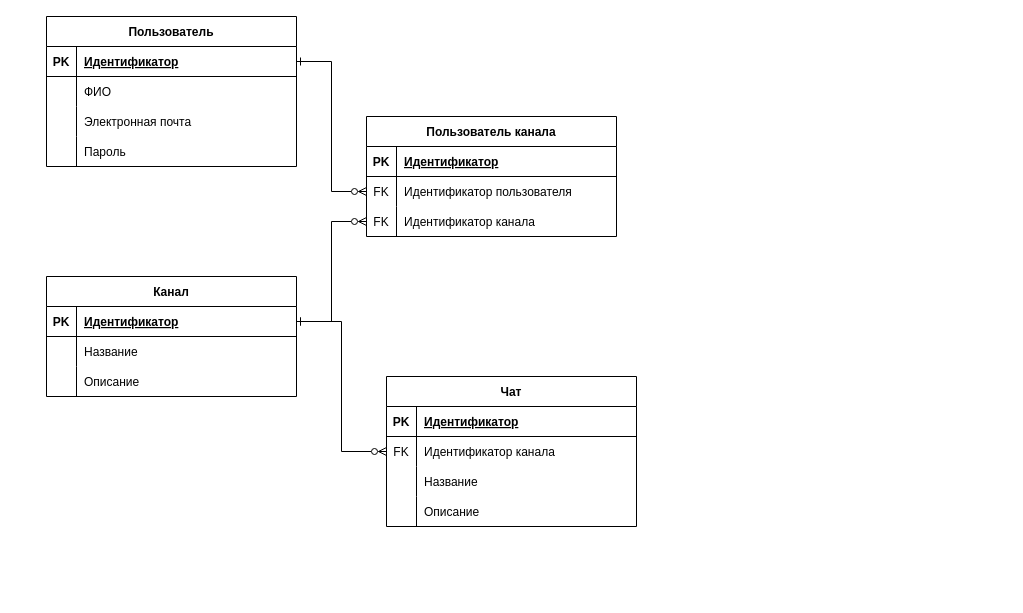
SuperflyingNose/KIS_labs keeps this draw.io diagram as lab2/логическая схема.drawio. Above is the earlier version. Source tidied: cells renumbered, new cells numbered last; positions are measured from the earlier drawing's top-left corner, leaving out a move shared by most shapes. Both pictures are drawn from the tidied source at 100%, with x=0, y=0 at pixel (46, 16).
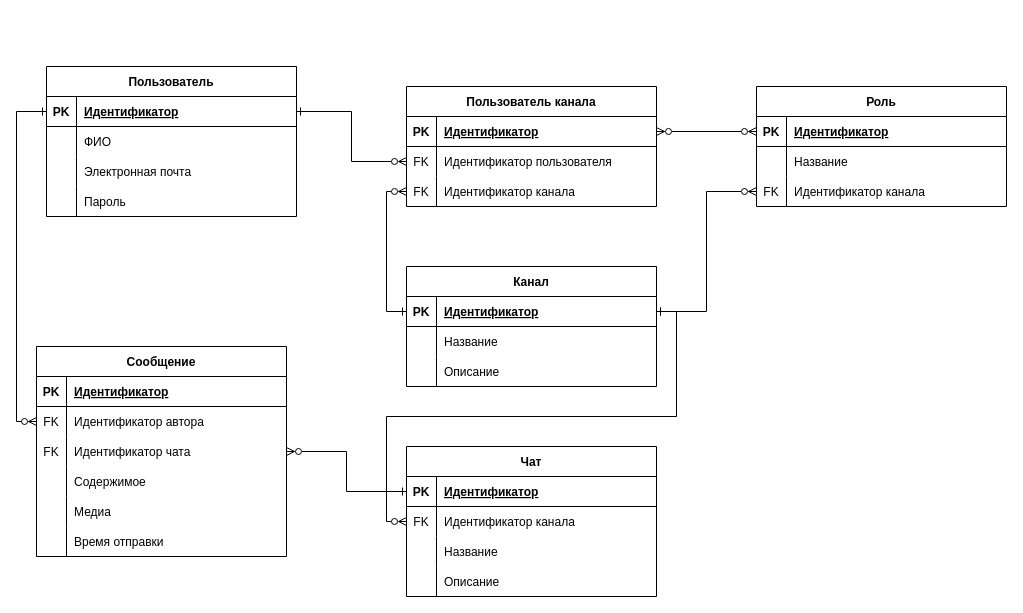
The same diagram, later.

Unchanged cells that the change refers to:
```xml
<mxCell id="3" style="shape=partialRectangle;fillColor=none;points=[[0,0.5],[1,0.5]];portConstraint=eastwest;top=0;left=0;right=0;bottom=1;" parent="2" vertex="1">
  <mxGeometry y="30" width="250" height="30" as="geometry" />
</mxCell>
<mxCell id="16" style="shape=partialRectangle;fillColor=none;points=[[0,0.5],[1,0.5]];portConstraint=eastwest;top=0;left=0;right=0;bottom=1;" parent="15" vertex="1">
  <mxGeometry y="30" width="250" height="30" as="geometry" />
</mxCell>
<mxCell id="26" style="shape=partialRectangle;fillColor=none;points=[[0,0.5],[1,0.5]];portConstraint=eastwest;top=0;left=0;right=0;bottom=1;" parent="25" vertex="1">
  <mxGeometry y="30" width="250" height="30" as="geometry" />
</mxCell>
<mxCell id="32" style="shape=partialRectangle;fillColor=none;points=[[0,0.5],[1,0.5]];portConstraint=eastwest;top=0;left=0;right=0;bottom=0;" parent="25" vertex="1">
  <mxGeometry y="90" width="250" height="30" as="geometry" />
</mxCell>
<mxCell id="38" style="shape=partialRectangle;fillColor=none;points=[[0,0.5],[1,0.5]];portConstraint=eastwest;top=0;left=0;right=0;bottom=1;" parent="37" vertex="1">
  <mxGeometry y="30" width="250" height="30" as="geometry" />
</mxCell>
```

Change to the diagram source:
```diff
@@
     <mxCell id="2" value="Пользователь" style="shape=table;startSize=30;childLayout=tableLayout;rowLines=0;fontStyle=1;align=center;" parent="1" vertex="1">
-      <mxGeometry width="250" height="150" as="geometry" />
+      <mxGeometry y="50" width="250" height="150" as="geometry" />
     </mxCell>
@@
     <mxCell id="15" value="Канал" style="shape=table;startSize=30;childLayout=tableLayout;rowLines=0;fontStyle=1;align=center;" parent="1" vertex="1">
-      <mxGeometry y="260" width="250" height="120" as="geometry" />
+      <mxGeometry x="360" y="250" width="250" height="120" as="geometry" />
     </mxCell>
@@
     <mxCell id="25" value="Пользователь канала" style="shape=table;startSize=30;childLayout=tableLayout;rowLines=0;fontStyle=1;align=center;" parent="1" vertex="1">
-      <mxGeometry x="320" y="100" width="250" height="120" as="geometry" />
+      <mxGeometry x="360" y="70" width="250" height="120" as="geometry" />
     </mxCell>
@@
-    <mxCell id="36" style="edgeStyle=orthogonalEdgeStyle;rounded=0;jettySize=auto;html=1;exitX=1;exitY=0.5;exitDx=0;exitDy=0;entryX=0;entryY=0.5;entryDx=0;entryDy=0;startArrow=ERone;startFill=0;endArrow=ERzeroToMany;endFill=0;" parent="1" edge="1" source="16" target="32">
+    <mxCell id="36" style="edgeStyle=orthogonalEdgeStyle;rounded=0;jettySize=auto;html=1;exitX=0;exitY=0.5;exitDx=0;exitDy=0;entryX=0;entryY=0.5;entryDx=0;entryDy=0;startArrow=ERone;startFill=0;endArrow=ERzeroToMany;endFill=0;" parent="1" edge="1" source="16" target="32">
       <mxGeometry relative="1" as="geometry" />
     </mxCell>
     <mxCell id="37" value="Чат" style="shape=table;startSize=30;childLayout=tableLayout;rowLines=0;fontStyle=1;align=center;" parent="1" vertex="1">
-      <mxGeometry x="340" y="360" width="250" height="150" as="geometry" />
+      <mxGeometry x="360" y="430" width="250" height="150" as="geometry" />
     </mxCell>
@@
+    <mxCell id="51" value="Сообщение" style="shape=table;startSize=30;childLayout=tableLayout;rowLines=0;fontStyle=1;align=center;" parent="1" vertex="1">
+      <mxGeometry x="-10" y="330" width="250" height="210" as="geometry" />
+    </mxCell>
+    <mxCell id="52" style="shape=partialRectangle;fillColor=none;top=0;left=0;right=0;bottom=1;" parent="51" vertex="1">
+      <mxGeometry y="30" width="250" height="30" as="geometry" />
+    </mxCell>
+    <mxCell id="53" value="PK" style="shape=partialRectangle;overflow=hidden;fillColor=none;top=0;left=0;bottom=0;right=0;fontStyle=1;" parent="52" vertex="1">
+      <mxGeometry width="30" height="30" as="geometry" />
+    </mxCell>
+    <mxCell id="54" value="Идентификатор" style="shape=partialRectangle;overflow=hidden;fillColor=none;top=0;left=0;bottom=0;right=0;align=left;spacingLeft=6;fontStyle=5;" parent="52" vertex="1">
+      <mxGeometry x="30" width="220" height="30" as="geometry" />
+    </mxCell>
+    <mxCell id="55" style="shape=partialRectangle;fillColor=none;points=[[0,0.5],[1,0.5]];portConstraint=eastwest;top=0;left=0;right=0;bottom=0;" parent="51" vertex="1">
+      <mxGeometry y="60" width="250" height="30" as="geometry" />
+    </mxCell>
+    <mxCell id="56" value="FK" style="shape=partialRectangle;overflow=hidden;fillColor=none;top=0;left=0;bottom=0;right=0;" parent="55" vertex="1">
+      <mxGeometry width="30" height="30" as="geometry" />
+    </mxCell>
+    <mxCell id="57" value="Идентификатор автора" style="shape=partialRectangle;overflow=hidden;fillColor=none;top=0;left=0;bottom=0;right=0;align=left;spacingLeft=6;" parent="55" vertex="1">
+      <mxGeometry x="30" width="220" height="30" as="geometry" />
+    </mxCell>
+    <mxCell id="58" style="shape=partialRectangle;fillColor=none;points=[[0,0.5],[1,0.5]];portConstraint=eastwest;top=0;left=0;right=0;bottom=0;" parent="51" vertex="1">
+      <mxGeometry y="90" width="250" height="30" as="geometry" />
+    </mxCell>
+    <mxCell id="59" value="FK" style="shape=partialRectangle;overflow=hidden;fillColor=none;top=0;left=0;bottom=0;right=0;" parent="58" vertex="1">
+      <mxGeometry width="30" height="30" as="geometry" />
+    </mxCell>
+    <mxCell id="60" value="Идентификатор чата" style="shape=partialRectangle;overflow=hidden;fillColor=none;top=0;left=0;bottom=0;right=0;align=left;spacingLeft=6;" parent="58" vertex="1">
+      <mxGeometry x="30" width="220" height="30" as="geometry" />
+    </mxCell>
+    <mxCell id="61" style="shape=partialRectangle;fillColor=none;top=0;left=0;right=0;bottom=0;" parent="51" vertex="1">
+      <mxGeometry y="120" width="250" height="30" as="geometry" />
+    </mxCell>
+    <mxCell id="62" style="shape=partialRectangle;overflow=hidden;fillColor=none;top=0;left=0;bottom=0;right=0;" parent="61" vertex="1">
+      <mxGeometry width="30" height="30" as="geometry" />
+    </mxCell>
+    <mxCell id="63" value="Содержимое" style="shape=partialRectangle;overflow=hidden;fillColor=none;top=0;left=0;bottom=0;right=0;align=left;spacingLeft=6;" parent="61" vertex="1">
+      <mxGeometry x="30" width="220" height="30" as="geometry" />
+    </mxCell>
+    <mxCell id="64" style="shape=partialRectangle;fillColor=none;top=0;left=0;right=0;bottom=0;" parent="51" vertex="1">
+      <mxGeometry y="150" width="250" height="30" as="geometry" />
+    </mxCell>
+    <mxCell id="65" style="shape=partialRectangle;overflow=hidden;fillColor=none;top=0;left=0;bottom=0;right=0;" parent="64" vertex="1">
+      <mxGeometry width="30" height="30" as="geometry" />
+    </mxCell>
+    <mxCell id="66" value="Медиа" style="shape=partialRectangle;overflow=hidden;fillColor=none;top=0;left=0;bottom=0;right=0;align=left;spacingLeft=6;" parent="64" vertex="1">
+      <mxGeometry x="30" width="220" height="30" as="geometry" />
+    </mxCell>
+    <mxCell id="67" style="shape=partialRectangle;fillColor=none;top=0;left=0;right=0;bottom=0;" parent="51" vertex="1">
+      <mxGeometry y="180" width="250" height="30" as="geometry" />
+    </mxCell>
+    <mxCell id="68" style="shape=partialRectangle;overflow=hidden;fillColor=none;top=0;left=0;bottom=0;right=0;" parent="67" vertex="1">
+      <mxGeometry width="30" height="30" as="geometry" />
+    </mxCell>
+    <mxCell id="69" value="Время отправки" style="shape=partialRectangle;overflow=hidden;fillColor=none;top=0;left=0;bottom=0;right=0;align=left;spacingLeft=6;" parent="67" vertex="1">
+      <mxGeometry x="30" width="220" height="30" as="geometry" />
+    </mxCell>
+    <mxCell id="70" style="edgeStyle=orthogonalEdgeStyle;rounded=0;jettySize=auto;html=1;exitX=0;exitY=0.5;exitDx=0;exitDy=0;entryX=1;entryY=0.5;entryDx=0;entryDy=0;startArrow=ERone;startFill=0;endArrow=ERzeroToMany;endFill=0;" parent="1" edge="1" source="38" target="58">
+      <mxGeometry relative="1" as="geometry" />
+    </mxCell>
+    <mxCell id="71" style="edgeStyle=orthogonalEdgeStyle;rounded=0;jettySize=auto;html=1;exitX=0;exitY=0.5;exitDx=0;exitDy=0;entryX=0;entryY=0.5;entryDx=0;entryDy=0;startArrow=ERone;startFill=0;endArrow=ERzeroToMany;endFill=0;" parent="1" edge="1" source="3" target="55">
+      <mxGeometry relative="1" as="geometry" />
+    </mxCell>
+    <mxCell id="72" value="Роль" style="shape=table;startSize=30;childLayout=tableLayout;rowLines=0;fontStyle=1;align=center;" parent="1" vertex="1">
+      <mxGeometry x="710" y="70" width="250" height="120" as="geometry" />
+    </mxCell>
+    <mxCell id="73" style="shape=partialRectangle;fillColor=none;points=[[0,0.5],[1,0.5]];portConstraint=eastwest;top=0;left=0;right=0;bottom=1;" parent="72" vertex="1">
+      <mxGeometry y="30" width="250" height="30" as="geometry" />
+    </mxCell>
+    <mxCell id="74" value="PK" style="shape=partialRectangle;overflow=hidden;fillColor=none;top=0;left=0;bottom=0;right=0;fontStyle=1;" parent="73" vertex="1">
+      <mxGeometry width="30" height="30" as="geometry" />
+    </mxCell>
+    <mxCell id="75" value="Идентификатор" style="shape=partialRectangle;overflow=hidden;fillColor=none;top=0;left=0;bottom=0;right=0;align=left;spacingLeft=6;fontStyle=5;" parent="73" vertex="1">
+      <mxGeometry x="30" width="220" height="30" as="geometry" />
+    </mxCell>
+    <mxCell id="76" style="shape=partialRectangle;fillColor=none;top=0;left=0;right=0;bottom=0;" parent="72" vertex="1">
+      <mxGeometry y="60" width="250" height="30" as="geometry" />
+    </mxCell>
+    <mxCell id="77" style="shape=partialRectangle;overflow=hidden;fillColor=none;top=0;left=0;bottom=0;right=0;" parent="76" vertex="1">
+      <mxGeometry width="30" height="30" as="geometry" />
+    </mxCell>
+    <mxCell id="78" value="Название" style="shape=partialRectangle;overflow=hidden;fillColor=none;top=0;left=0;bottom=0;right=0;align=left;spacingLeft=6;" parent="76" vertex="1">
+      <mxGeometry x="30" width="220" height="30" as="geometry" />
+    </mxCell>
+    <mxCell id="79" style="shape=partialRectangle;fillColor=none;points=[[0,0.5],[1,0.5]];portConstraint=eastwest;top=0;left=0;right=0;bottom=0;" parent="72" vertex="1">
+      <mxGeometry y="90" width="250" height="30" as="geometry" />
+    </mxCell>
+    <mxCell id="80" value="FK" style="shape=partialRectangle;overflow=hidden;fillColor=none;top=0;left=0;bottom=0;right=0;" parent="79" vertex="1">
+      <mxGeometry width="30" height="30" as="geometry" />
+    </mxCell>
+    <mxCell id="81" value="Идентификатор канала" style="shape=partialRectangle;overflow=hidden;fillColor=none;top=0;left=0;bottom=0;right=0;align=left;spacingLeft=6;" parent="79" vertex="1">
+      <mxGeometry x="30" width="220" height="30" as="geometry" />
+    </mxCell>
+    <mxCell id="82" style="edgeStyle=orthogonalEdgeStyle;rounded=0;jettySize=auto;html=1;exitX=1;exitY=0.5;exitDx=0;exitDy=0;entryX=0;entryY=0.5;entryDx=0;entryDy=0;startArrow=ERone;startFill=0;endArrow=ERzeroToMany;endFill=0;" parent="1" edge="1" source="16" target="79">
+      <mxGeometry relative="1" as="geometry" />
+    </mxCell>
+    <mxCell id="83" style="edgeStyle=orthogonalEdgeStyle;rounded=0;jettySize=auto;html=1;exitX=1;exitY=0.5;exitDx=0;exitDy=0;entryX=0;entryY=0.5;entryDx=0;entryDy=0;startArrow=ERzeroToMany;startFill=0;endArrow=ERzeroToMany;endFill=0;" parent="1" edge="1" source="26" target="73">
+      <mxGeometry relative="1" as="geometry" />
+    </mxCell>
```
